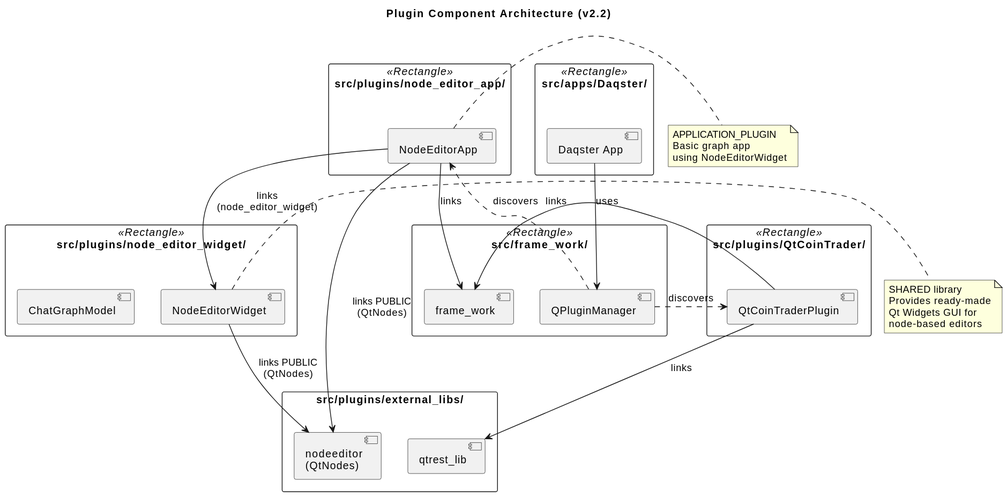
Earlier version of the PlantUML export docs/diagrams/plugin_components.svg (samiavasil/Daqster).
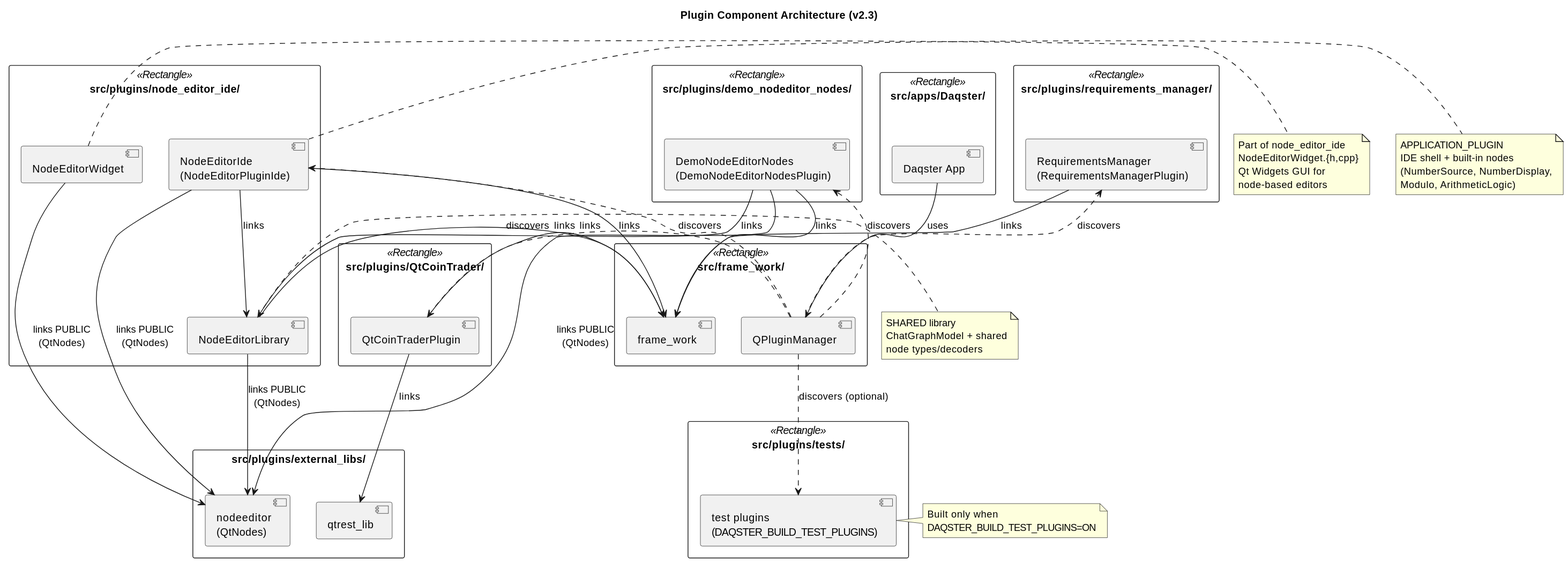
After the change.

Commit message:
docs: fix stale plugin_components diagram — reflect actual plugin architecture

Diff of the diagram source:
```diff
@@ -3,24 +3,33 @@
 skinparam shadowing false
 skinparam componentStyle uml2
 
-title Plugin Component Architecture (v2.2)
+title Plugin Component Architecture (v2.3)
 
 package "src/plugins/external_libs/" {
   [nodeeditor\n(QtNodes)] as NODEEDITOR
   [qtrest_lib] as QTREST
 }
 
-package "src/plugins/node_editor_widget/" <<Rectangle>> {
+package "src/plugins/node_editor_ide/" <<Rectangle>> {
+  [NodeEditorIde\n(NodeEditorPluginIde)] as IDE
   [NodeEditorWidget] as NEW
-  [ChatGraphModel] as CGM
+  [NodeEditorLibrary] as NEL
 }
 
-package "src/plugins/node_editor_app/" <<Rectangle>> {
-  [NodeEditorApp] as APP
+package "src/plugins/demo_nodeditor_nodes/" <<Rectangle>> {
+  [DemoNodeEditorNodes\n(DemoNodeEditorNodesPlugin)] as DEMO
+}
+
+package "src/plugins/requirements_manager/" <<Rectangle>> {
+  [RequirementsManager\n(RequirementsManagerPlugin)] as RM
 }
 
 package "src/plugins/QtCoinTrader/" <<Rectangle>> {
   [QtCoinTraderPlugin] as QCT
+}
+
+package "src/plugins/tests/" <<Rectangle>> {
+  [test plugins\n(DAQSTER_BUILD_TEST_PLUGINS)] as TEST
 }
 
 package "src/frame_work/" <<Rectangle>> {
@@ -33,27 +42,50 @@
 }
 
 NEW --> NODEEDITOR : links PUBLIC\n(QtNodes)
-APP --> NEW : links\n(node_editor_widget)
-APP --> NODEEDITOR : links PUBLIC\n(QtNodes)
-APP --> FW : links
+IDE --> NEL : links
+IDE --> NODEEDITOR : links PUBLIC\n(QtNodes)
+IDE --> FW : links
+NEL --> NODEEDITOR : links PUBLIC\n(QtNodes)
+NEL --> FW : links
+
+DEMO --> NEL : links
+DEMO --> NODEEDITOR : links PUBLIC\n(QtNodes)
+DEMO --> FW : links
+
+RM --> FW : links
 
 QCT --> QTREST : links
 QCT --> FW : links
 
 HOST --> QPM : uses
-QPM ..> APP : discovers
+QPM ..> IDE : discovers
+QPM ..> DEMO : discovers
+QPM ..> RM : discovers
 QPM ..> QCT : discovers
+QPM ..> TEST : discovers (optional)
 
 note right of NEW
-  SHARED library
-  Provides ready-made
+  Part of node_editor_ide
+  NodeEditorWidget.{h,cpp}
   Qt Widgets GUI for
   node-based editors
 end note
 
-note right of APP
+note right of IDE
   APPLICATION_PLUGIN
-  Basic graph app
-  using NodeEditorWidget
+  IDE shell + built-in nodes
+  (NumberSource, NumberDisplay,
+  Modulo, ArithmeticLogic)
+end note
+
+note right of NEL
+  SHARED library
+  ChatGraphModel + shared
+  node types/decoders
+end note
+
+note right of TEST
+  Built only when
+  DAQSTER_BUILD_TEST_PLUGINS=ON
 end note
 @enduml
```
